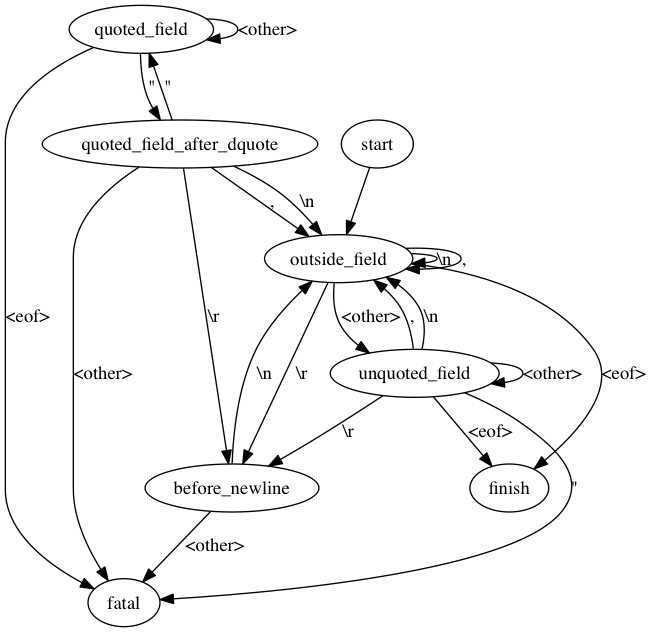
Above: src/fast-csv-to-tsv/state.png in clarkgrubb/data-tools (Graphviz), before the change. Its source is kept beside it as src/fast-csv-to-tsv/state.dot.
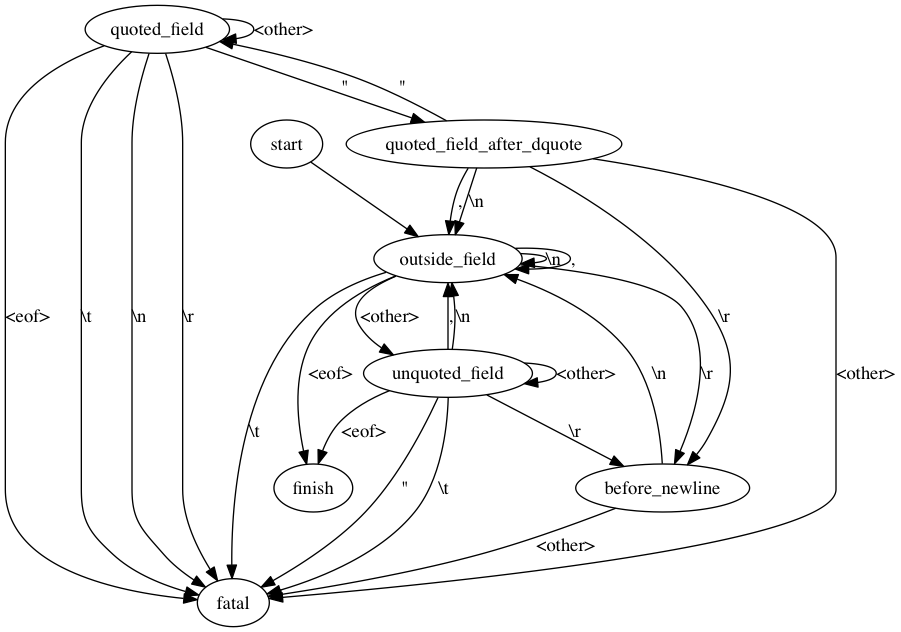
Later version of the same file.

The edit, as a diff of the source:
```diff
@@ -6,6 +6,7 @@
         outside_field -> outside_field [label=","];
         outside_field -> finish [label="<eof>"];
         outside_field -> unquoted_field [label="<other>"];
+        outside_field -> fatal [label="\\t"];
 
         unquoted_field -> outside_field [label=","];
         unquoted_field -> outside_field [label="\\n"];
@@ -13,10 +14,14 @@
         unquoted_field -> unquoted_field [label="<other>"];
         unquoted_field -> finish [label="<eof>"];
         unquoted_field -> fatal [label="\""];
+        unquoted_field -> fatal [label="\\t"];
 
         quoted_field -> quoted_field [label="<other>"];
         quoted_field -> quoted_field_after_dquote [label="\""];
         quoted_field -> fatal [label="<eof>"];
+        quoted_field -> fatal [label="\\t"];
+        quoted_field -> fatal [label="\\n"];
+        quoted_field -> fatal [label="\\r"];
 
         quoted_field_after_dquote -> quoted_field [label="\""];
         quoted_field_after_dquote -> outside_field [label=","];
```
